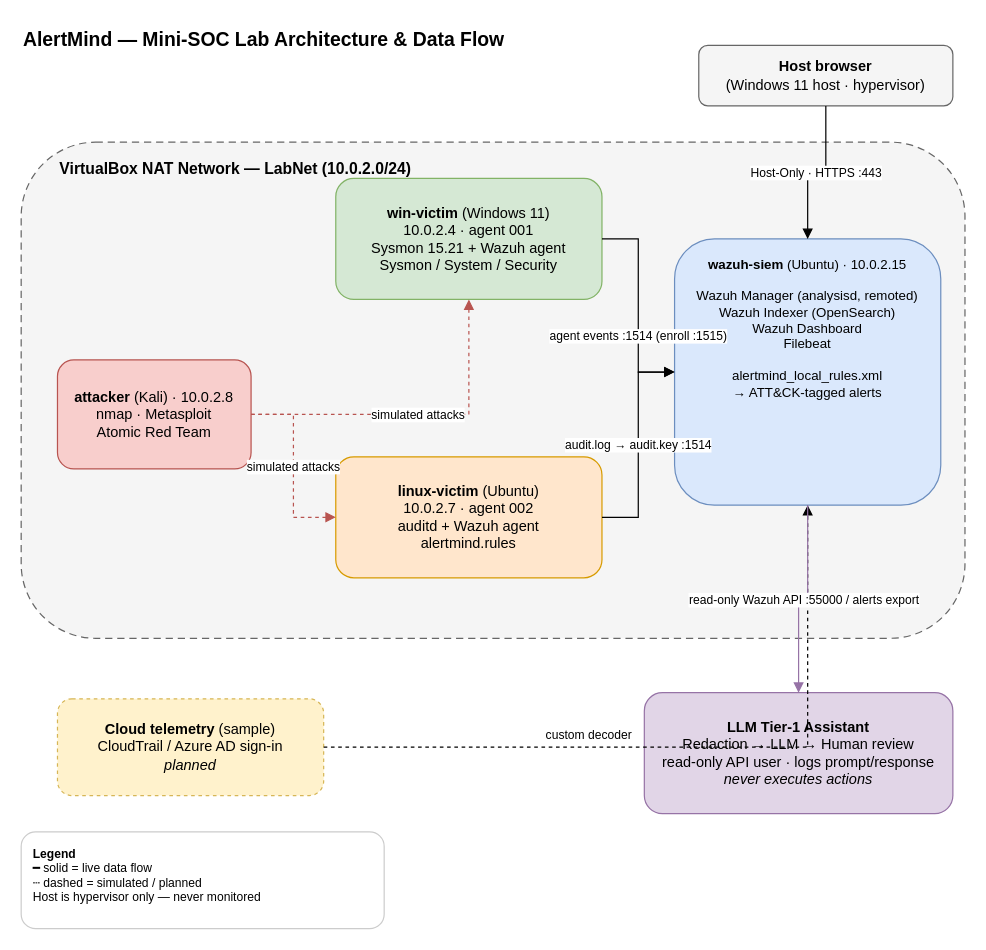
opandey1/alertmind keeps this draw.io diagram as architecture/diagram.drawio. Above is the earlier version. Source tidied: cells renumbered, new cells numbered last; positions are measured from the earlier drawing's top-left corner, leaving out a move shared by most shapes. Both pictures are drawn from the tidied source at 121%, with x=0, y=0 at pixel (21, 21).
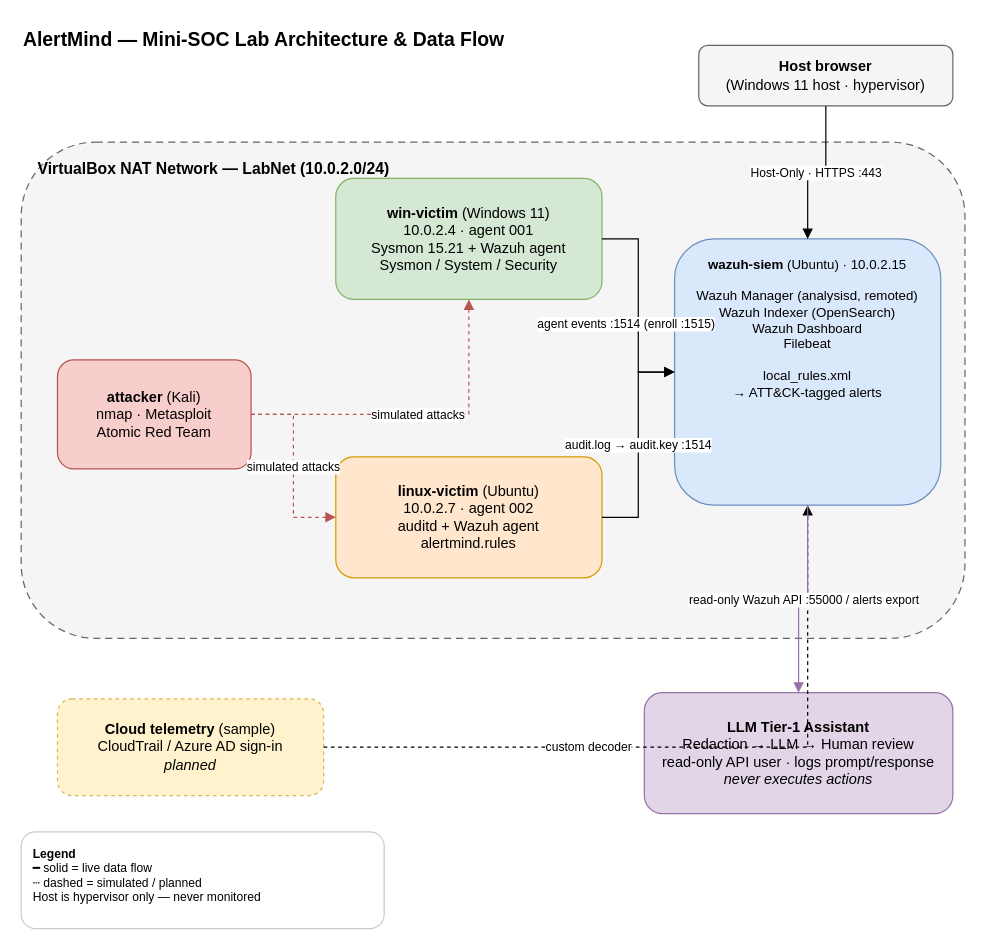
The same page after the edit.

Commit message (it also covers changes not shown here):
docs: fold in instructor clarifications; rename rules to local_rules.xml

What changed in the source:
```diff
@@
 <mxGraphModel>
   <root>
     <mxCell id="0" />
     <mxCell id="1" parent="0" />
     <mxCell id="2" value="AlertMind — Mini-SOC Lab Architecture &amp; Data Flow" style="text;html=1;strokeColor=none;fillColor=none;align=left;verticalAlign=middle;fontSize=16;fontStyle=1;" parent="1" vertex="1">
       <mxGeometry width="520" height="30" as="geometry" />
     </mxCell>
-    <mxCell id="3" value="&amp;nbsp; &amp;nbsp; &amp;nbsp;VirtualBox NAT Network — LabNet (10.0.2.0/24)" style="rounded=1;whiteSpace=wrap;html=1;dashed=1;dashPattern=6 4;fillColor=#f5f5f5;strokeColor=#666666;verticalAlign=top;fontStyle=1;fontSize=13;align=left;spacingLeft=12;spacingTop=8;" parent="1" vertex="1">
+    <mxCell id="3" value="VirtualBox NAT Network — LabNet (10.0.2.0/24)" style="rounded=1;whiteSpace=wrap;html=1;dashed=1;dashPattern=6 4;fillColor=#f5f5f5;strokeColor=#666666;verticalAlign=top;fontStyle=1;fontSize=13;align=left;spacingLeft=12;spacingTop=8;" parent="1" vertex="1">
       <mxGeometry y="100" width="780" height="410" as="geometry" />
     </mxCell>
     <mxCell id="4" value="&lt;b&gt;Host browser&lt;/b&gt;&lt;br/&gt;(Windows 11 host · hypervisor)" style="rounded=1;whiteSpace=wrap;html=1;fillColor=#f5f5f5;strokeColor=#666666;" parent="1" vertex="1">
       <mxGeometry x="560" y="20" width="210" height="50" as="geometry" />
     </mxCell>
-    <mxCell id="5" value="&lt;b&gt;attacker&lt;/b&gt; (Kali) · 10.0.2.8&lt;br&gt;nmap · Metasploit&lt;br&gt;Atomic Red Team" style="rounded=1;whiteSpace=wrap;html=1;fillColor=#f8cecc;strokeColor=#b85450;" parent="1" vertex="1">
+    <mxCell id="5" value="&lt;b&gt;attacker&lt;/b&gt; (Kali)&lt;br/&gt;nmap · Metasploit&lt;br/&gt;Atomic Red Team" style="rounded=1;whiteSpace=wrap;html=1;fillColor=#f8cecc;strokeColor=#b85450;" parent="1" vertex="1">
       <mxGeometry x="30" y="280" width="160" height="90" as="geometry" />
     </mxCell>
     <mxCell id="6" value="&lt;b&gt;win-victim&lt;/b&gt; (Windows 11)&lt;br/&gt;10.0.2.4 · agent 001&lt;br/&gt;Sysmon 15.21 + Wazuh agent&lt;br/&gt;Sysmon / System / Security" style="rounded=1;whiteSpace=wrap;html=1;fillColor=#d5e8d4;strokeColor=#82b366;" parent="1" vertex="1">
       <mxGeometry x="260" y="130" width="220" height="100" as="geometry" />
     </mxCell>
     <mxCell id="7" value="&lt;b&gt;linux-victim&lt;/b&gt; (Ubuntu)&lt;br/&gt;10.0.2.7 · agent 002&lt;br/&gt;auditd + Wazuh agent&lt;br/&gt;alertmind.rules" style="rounded=1;whiteSpace=wrap;html=1;fillColor=#ffe6cc;strokeColor=#d79b00;" parent="1" vertex="1">
       <mxGeometry x="260" y="360" width="220" height="100" as="geometry" />
     </mxCell>
-    <mxCell id="8" value="&lt;b&gt;wazuh-siem&lt;/b&gt; (Ubuntu) · 10.0.2.15&lt;br/&gt;&lt;br/&gt;Wazuh Manager (analysisd, remoted)&lt;br/&gt;Wazuh Indexer (OpenSearch)&lt;br/&gt;Wazuh Dashboard&lt;br/&gt;Filebeat&lt;br/&gt;&lt;br/&gt;alertmind_local_rules.xml&lt;br/&gt;→ ATT&amp;amp;CK-tagged alerts" style="rounded=1;whiteSpace=wrap;html=1;fillColor=#dae8fc;strokeColor=#6c8ebf;verticalAlign=top;spacingTop=8;fontSize=11;" parent="1" vertex="1">
+    <mxCell id="8" value="&lt;b&gt;wazuh-siem&lt;/b&gt; (Ubuntu) · 10.0.2.15&lt;br/&gt;&lt;br/&gt;Wazuh Manager (analysisd, remoted)&lt;br/&gt;Wazuh Indexer (OpenSearch)&lt;br/&gt;Wazuh Dashboard&lt;br/&gt;Filebeat&lt;br/&gt;&lt;br/&gt;local_rules.xml&lt;br/&gt;→ ATT&amp;amp;CK-tagged alerts" style="rounded=1;whiteSpace=wrap;html=1;fillColor=#dae8fc;strokeColor=#6c8ebf;verticalAlign=top;spacingTop=8;fontSize=11;" parent="1" vertex="1">
       <mxGeometry x="540" y="180" width="220" height="220" as="geometry" />
     </mxCell>
     <mxCell id="9" value="&lt;b&gt;Cloud telemetry&lt;/b&gt; (sample)&lt;br/&gt;CloudTrail / Azure AD sign-in&lt;br/&gt;&lt;i&gt;planned&lt;/i&gt;" style="rounded=1;whiteSpace=wrap;html=1;fillColor=#fff2cc;strokeColor=#d6b656;dashed=1;" parent="1" vertex="1">
       <mxGeometry x="30" y="560" width="220" height="80" as="geometry" />
     </mxCell>
     <mxCell id="10" value="&lt;b&gt;LLM Tier-1 Assistant&lt;/b&gt;&lt;br/&gt;Redaction → LLM → Human review&lt;br/&gt;read-only API user · logs prompt/response&lt;br/&gt;&lt;i&gt;never executes actions&lt;/i&gt;" style="rounded=1;whiteSpace=wrap;html=1;fillColor=#e1d5e7;strokeColor=#9673a6;" parent="1" vertex="1">
       <mxGeometry x="515" y="555" width="255" height="100" as="geometry" />
     </mxCell>
     <mxCell id="11" value="Host-Only · HTTPS :443" style="edgeStyle=orthogonalEdgeStyle;rounded=0;html=1;endArrow=block;fontSize=10;" parent="1" edge="1" source="4" target="8">
       <mxGeometry relative="1" as="geometry" />
     </mxCell>
     <mxCell id="12" value="agent events :1514 (enroll :1515)" style="edgeStyle=orthogonalEdgeStyle;rounded=0;html=1;endArrow=block;fontSize=10;" parent="1" edge="1" source="6" target="8">
-      <mxGeometry x="0.29" relative="1" as="geometry" />
+      <mxGeometry x="0.18" y="-10" relative="1" as="geometry" />
     </mxCell>
     <mxCell id="13" value="audit.log → audit.key :1514" style="edgeStyle=orthogonalEdgeStyle;rounded=0;html=1;endArrow=block;fontSize=10;" parent="1" edge="1" source="7" target="8">
       <mxGeometry relative="1" as="geometry" />
     </mxCell>
     <mxCell id="14" value="simulated attacks" style="edgeStyle=orthogonalEdgeStyle;rounded=0;html=1;endArrow=block;dashed=1;fontSize=10;strokeColor=#b85450;" parent="1" edge="1" source="5" target="6">
       <mxGeometry relative="1" as="geometry" />
     </mxCell>
     <mxCell id="15" value="simulated attacks" style="edgeStyle=orthogonalEdgeStyle;rounded=0;html=1;endArrow=block;dashed=1;fontSize=10;strokeColor=#b85450;" parent="1" edge="1" source="5" target="7">
       <mxGeometry relative="1" as="geometry" />
     </mxCell>
     <mxCell id="16" value="custom decoder" style="edgeStyle=orthogonalEdgeStyle;rounded=0;html=1;endArrow=block;dashed=1;fontSize=10;" parent="1" edge="1" source="9" target="8">
-      <mxGeometry x="-0.27" y="10" relative="1" as="geometry" />
+      <mxGeometry x="-0.27" relative="1" as="geometry" />
     </mxCell>
     <mxCell id="17" value="read-only Wazuh API :55000 / alerts export" style="edgeStyle=orthogonalEdgeStyle;rounded=0;html=1;endArrow=block;fontSize=10;strokeColor=#9673a6;" parent="1" edge="1" source="8" target="10">
       <mxGeometry relative="1" as="geometry" />
     </mxCell>
     <mxCell id="18" value="&lt;b&gt;Legend&lt;/b&gt;&lt;br/&gt;━ solid = live data flow&lt;br/&gt;┄ dashed = simulated / planned&lt;br/&gt;Host is hypervisor only — never monitored" style="rounded=1;whiteSpace=wrap;html=1;fillColor=#ffffff;strokeColor=#cccccc;align=left;verticalAlign=top;spacingLeft=8;spacingTop=6;fontSize=10;" parent="1" vertex="1">
       <mxGeometry y="670" width="300" height="80" as="geometry" />
     </mxCell>
   </root>
 </mxGraphModel>
```
